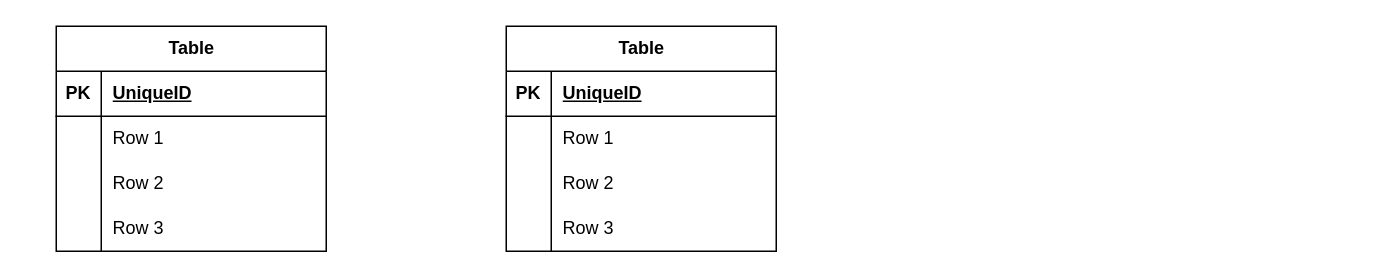
Before: tiPrego.dio in DarioConiglione/db-university, a draw.io diagram. Source tidied: cells renumbered, new cells numbered last; positions are measured from the earlier drawing's top-left corner, leaving out a move shared by most shapes. Both pictures are drawn from the tidied source at 150%, with x=0, y=0 at pixel (56, 26).
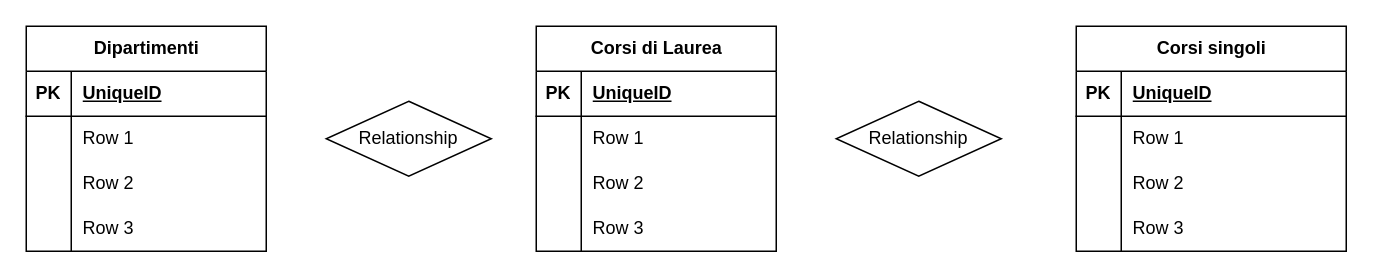
The same page after the edit.

Change to the diagram source:
```diff
@@
-    <mxCell id="2" value="Table" style="shape=table;startSize=30;childLayout=tableLayout;rowLines=0;fontStyle=1;align=center;html=1;" parent="1" vertex="1">
-      <mxGeometry width="180" height="150" as="geometry" />
+    <mxCell id="2" value="Dipartimenti" style="shape=table;startSize=30;childLayout=tableLayout;rowLines=0;fontStyle=1;align=center;html=1;" parent="1" vertex="1">
+      <mxGeometry x="-20" width="160" height="150" as="geometry" />
     </mxCell>
     <mxCell id="3" style="shape=tableRow;horizontal=0;startSize=0;swimlaneHead=0;swimlaneBody=0;fillColor=none;top=0;left=0;right=0;bottom=1;" parent="2" vertex="1">
-      <mxGeometry y="30" width="180" height="30" as="geometry" />
+      <mxGeometry y="30" width="160" height="30" as="geometry" />
     </mxCell>
@@
     <mxCell id="5" value="UniqueID" style="shape=partialRectangle;fillColor=none;top=0;left=0;bottom=0;right=0;align=left;spacingLeft=6;fontStyle=5;overflow=hidden;whiteSpace=wrap;html=1;" parent="3" vertex="1">
-      <mxGeometry x="30" width="150" height="30" as="geometry" />
+      <mxGeometry x="30" width="130" height="30" as="geometry" />
     </mxCell>
     <mxCell id="6" style="shape=tableRow;horizontal=0;startSize=0;swimlaneHead=0;swimlaneBody=0;fillColor=none;top=0;left=0;right=0;bottom=0;" parent="2" vertex="1">
-      <mxGeometry y="60" width="180" height="30" as="geometry" />
+      <mxGeometry y="60" width="160" height="30" as="geometry" />
     </mxCell>
@@
     <mxCell id="8" value="Row 1" style="shape=partialRectangle;fillColor=none;top=0;left=0;bottom=0;right=0;align=left;spacingLeft=6;overflow=hidden;whiteSpace=wrap;html=1;" parent="6" vertex="1">
-      <mxGeometry x="30" width="150" height="30" as="geometry" />
+      <mxGeometry x="30" width="130" height="30" as="geometry" />
     </mxCell>
     <mxCell id="9" style="shape=tableRow;horizontal=0;startSize=0;swimlaneHead=0;swimlaneBody=0;fillColor=none;top=0;left=0;right=0;bottom=0;" parent="2" vertex="1">
-      <mxGeometry y="90" width="180" height="30" as="geometry" />
+      <mxGeometry y="90" width="160" height="30" as="geometry" />
     </mxCell>
@@
     <mxCell id="11" value="Row 2" style="shape=partialRectangle;fillColor=none;top=0;left=0;bottom=0;right=0;align=left;spacingLeft=6;overflow=hidden;whiteSpace=wrap;html=1;" parent="9" vertex="1">
-      <mxGeometry x="30" width="150" height="30" as="geometry" />
+      <mxGeometry x="30" width="130" height="30" as="geometry" />
     </mxCell>
     <mxCell id="12" style="shape=tableRow;horizontal=0;startSize=0;swimlaneHead=0;swimlaneBody=0;fillColor=none;top=0;left=0;right=0;bottom=0;" parent="2" vertex="1">
-      <mxGeometry y="120" width="180" height="30" as="geometry" />
+      <mxGeometry y="120" width="160" height="30" as="geometry" />
     </mxCell>
@@
     <mxCell id="14" value="Row 3" style="shape=partialRectangle;fillColor=none;top=0;left=0;bottom=0;right=0;align=left;spacingLeft=6;overflow=hidden;whiteSpace=wrap;html=1;" parent="12" vertex="1">
-      <mxGeometry x="30" width="150" height="30" as="geometry" />
+      <mxGeometry x="30" width="130" height="30" as="geometry" />
     </mxCell>
-    <mxCell id="15" value="Table" style="shape=table;startSize=30;childLayout=tableLayout;rowLines=0;fontStyle=1;align=center;html=1;" parent="1" vertex="1">
-      <mxGeometry x="300" width="180" height="150" as="geometry" />
+    <mxCell id="15" value="Corsi di Laurea" style="shape=table;startSize=30;childLayout=tableLayout;rowLines=0;fontStyle=1;align=center;html=1;" parent="1" vertex="1">
+      <mxGeometry x="320" width="160" height="150" as="geometry" />
     </mxCell>
     <mxCell id="16" style="shape=tableRow;horizontal=0;startSize=0;swimlaneHead=0;swimlaneBody=0;fillColor=none;top=0;left=0;right=0;bottom=1;" parent="15" vertex="1">
-      <mxGeometry y="30" width="180" height="30" as="geometry" />
+      <mxGeometry y="30" width="160" height="30" as="geometry" />
     </mxCell>
@@
     <mxCell id="18" value="UniqueID" style="shape=partialRectangle;fillColor=none;top=0;left=0;bottom=0;right=0;align=left;spacingLeft=6;fontStyle=5;overflow=hidden;whiteSpace=wrap;html=1;" parent="16" vertex="1">
-      <mxGeometry x="30" width="150" height="30" as="geometry" />
+      <mxGeometry x="30" width="130" height="30" as="geometry" />
     </mxCell>
     <mxCell id="19" style="shape=tableRow;horizontal=0;startSize=0;swimlaneHead=0;swimlaneBody=0;fillColor=none;top=0;left=0;right=0;bottom=0;" parent="15" vertex="1">
-      <mxGeometry y="60" width="180" height="30" as="geometry" />
+      <mxGeometry y="60" width="160" height="30" as="geometry" />
     </mxCell>
@@
     <mxCell id="21" value="Row 1" style="shape=partialRectangle;fillColor=none;top=0;left=0;bottom=0;right=0;align=left;spacingLeft=6;overflow=hidden;whiteSpace=wrap;html=1;" parent="19" vertex="1">
-      <mxGeometry x="30" width="150" height="30" as="geometry" />
+      <mxGeometry x="30" width="130" height="30" as="geometry" />
     </mxCell>
     <mxCell id="22" style="shape=tableRow;horizontal=0;startSize=0;swimlaneHead=0;swimlaneBody=0;fillColor=none;top=0;left=0;right=0;bottom=0;" parent="15" vertex="1">
-      <mxGeometry y="90" width="180" height="30" as="geometry" />
+      <mxGeometry y="90" width="160" height="30" as="geometry" />
     </mxCell>
@@
     <mxCell id="24" value="Row 2" style="shape=partialRectangle;fillColor=none;top=0;left=0;bottom=0;right=0;align=left;spacingLeft=6;overflow=hidden;whiteSpace=wrap;html=1;" parent="22" vertex="1">
-      <mxGeometry x="30" width="150" height="30" as="geometry" />
+      <mxGeometry x="30" width="130" height="30" as="geometry" />
     </mxCell>
     <mxCell id="25" style="shape=tableRow;horizontal=0;startSize=0;swimlaneHead=0;swimlaneBody=0;fillColor=none;top=0;left=0;right=0;bottom=0;" parent="15" vertex="1">
-      <mxGeometry y="120" width="180" height="30" as="geometry" />
+      <mxGeometry y="120" width="160" height="30" as="geometry" />
     </mxCell>
@@
     <mxCell id="27" value="Row 3" style="shape=partialRectangle;fillColor=none;top=0;left=0;bottom=0;right=0;align=left;spacingLeft=6;overflow=hidden;whiteSpace=wrap;html=1;" parent="25" vertex="1">
-      <mxGeometry x="30" width="150" height="30" as="geometry" />
+      <mxGeometry x="30" width="130" height="30" as="geometry" />
     </mxCell>
+    <mxCell id="28" value="Relationship" style="shape=rhombus;perimeter=rhombusPerimeter;whiteSpace=wrap;html=1;align=center;" parent="1" vertex="1">
+      <mxGeometry x="180" y="50" width="110" height="50" as="geometry" />
+    </mxCell>
+    <mxCell id="29" value="Corsi singoli" style="shape=table;startSize=30;childLayout=tableLayout;rowLines=0;fontStyle=1;align=center;html=1;" parent="1" vertex="1">
+      <mxGeometry x="680" width="180" height="150" as="geometry" />
+    </mxCell>
+    <mxCell id="30" style="shape=tableRow;horizontal=0;startSize=0;swimlaneHead=0;swimlaneBody=0;fillColor=none;top=0;left=0;right=0;bottom=1;" parent="29" vertex="1">
+      <mxGeometry y="30" width="180" height="30" as="geometry" />
+    </mxCell>
+    <mxCell id="31" value="PK" style="shape=partialRectangle;fillColor=none;top=0;left=0;bottom=0;right=0;fontStyle=1;overflow=hidden;whiteSpace=wrap;html=1;" parent="30" vertex="1">
+      <mxGeometry width="30" height="30" as="geometry" />
+    </mxCell>
+    <mxCell id="32" value="UniqueID" style="shape=partialRectangle;fillColor=none;top=0;left=0;bottom=0;right=0;align=left;spacingLeft=6;fontStyle=5;overflow=hidden;whiteSpace=wrap;html=1;" parent="30" vertex="1">
+      <mxGeometry x="30" width="150" height="30" as="geometry" />
+    </mxCell>
+    <mxCell id="33" style="shape=tableRow;horizontal=0;startSize=0;swimlaneHead=0;swimlaneBody=0;fillColor=none;top=0;left=0;right=0;bottom=0;" parent="29" vertex="1">
+      <mxGeometry y="60" width="180" height="30" as="geometry" />
+    </mxCell>
+    <mxCell id="34" style="shape=partialRectangle;fillColor=none;top=0;left=0;bottom=0;right=0;overflow=hidden;whiteSpace=wrap;html=1;" parent="33" vertex="1">
+      <mxGeometry width="30" height="30" as="geometry" />
+    </mxCell>
+    <mxCell id="35" value="Row 1" style="shape=partialRectangle;fillColor=none;top=0;left=0;bottom=0;right=0;align=left;spacingLeft=6;overflow=hidden;whiteSpace=wrap;html=1;" parent="33" vertex="1">
+      <mxGeometry x="30" width="150" height="30" as="geometry" />
+    </mxCell>
+    <mxCell id="36" style="shape=tableRow;horizontal=0;startSize=0;swimlaneHead=0;swimlaneBody=0;fillColor=none;top=0;left=0;right=0;bottom=0;" parent="29" vertex="1">
+      <mxGeometry y="90" width="180" height="30" as="geometry" />
+    </mxCell>
+    <mxCell id="37" style="shape=partialRectangle;fillColor=none;top=0;left=0;bottom=0;right=0;overflow=hidden;whiteSpace=wrap;html=1;" parent="36" vertex="1">
+      <mxGeometry width="30" height="30" as="geometry" />
+    </mxCell>
+    <mxCell id="38" value="Row 2" style="shape=partialRectangle;fillColor=none;top=0;left=0;bottom=0;right=0;align=left;spacingLeft=6;overflow=hidden;whiteSpace=wrap;html=1;" parent="36" vertex="1">
+      <mxGeometry x="30" width="150" height="30" as="geometry" />
+    </mxCell>
+    <mxCell id="39" style="shape=tableRow;horizontal=0;startSize=0;swimlaneHead=0;swimlaneBody=0;fillColor=none;top=0;left=0;right=0;bottom=0;" parent="29" vertex="1">
+      <mxGeometry y="120" width="180" height="30" as="geometry" />
+    </mxCell>
+    <mxCell id="40" style="shape=partialRectangle;fillColor=none;top=0;left=0;bottom=0;right=0;overflow=hidden;whiteSpace=wrap;html=1;" parent="39" vertex="1">
+      <mxGeometry width="30" height="30" as="geometry" />
+    </mxCell>
+    <mxCell id="41" value="Row 3" style="shape=partialRectangle;fillColor=none;top=0;left=0;bottom=0;right=0;align=left;spacingLeft=6;overflow=hidden;whiteSpace=wrap;html=1;" parent="39" vertex="1">
+      <mxGeometry x="30" width="150" height="30" as="geometry" />
+    </mxCell>
+    <mxCell id="42" value="Relationship" style="shape=rhombus;perimeter=rhombusPerimeter;whiteSpace=wrap;html=1;align=center;" parent="1" vertex="1">
+      <mxGeometry x="520" y="50" width="110" height="50" as="geometry" />
+    </mxCell>
```
